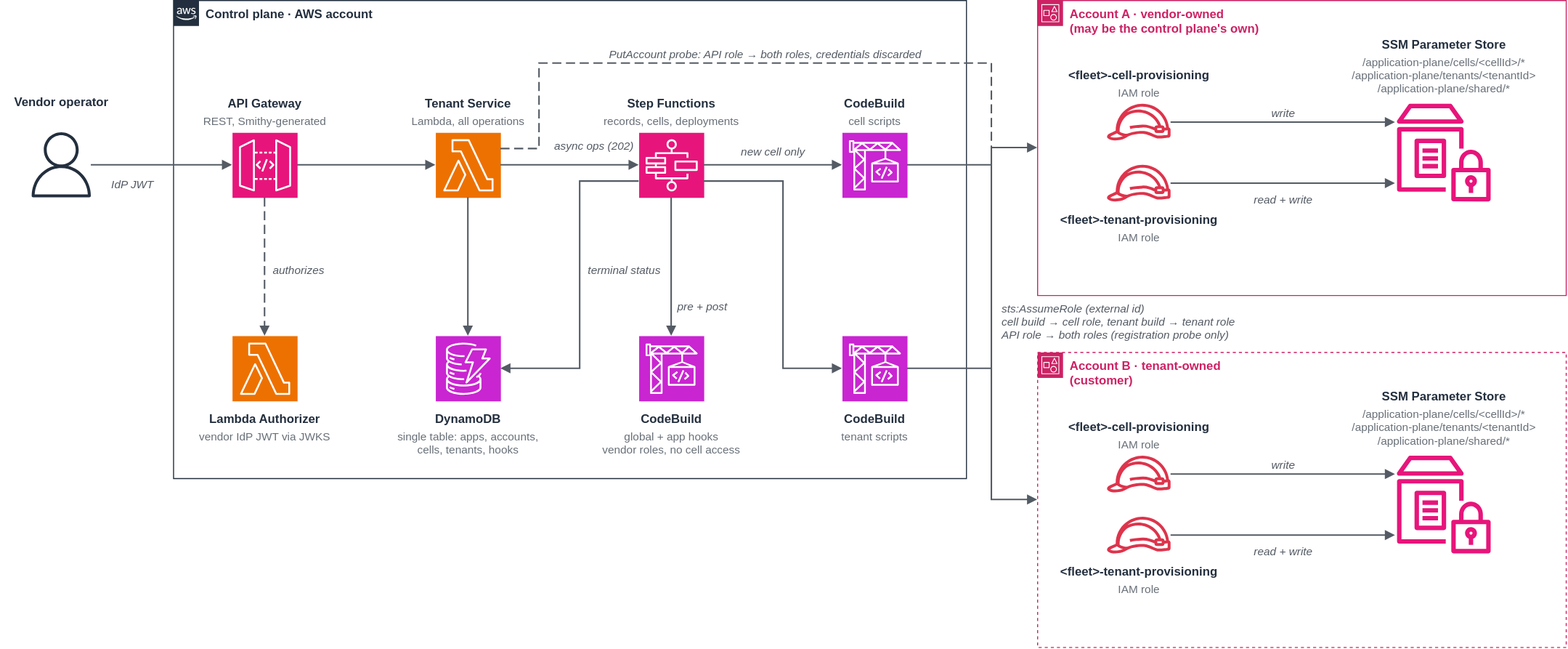
Above: samples/control-plane/diagrams/control-plane.drawio.svg in aws-samples/sample-agentic-ai-acceleration-patterns (draw.io), before the change. Source tidied: cells renumbered, new cells last; positions are measured from the earlier drawing's top-left corner, leaving out a move shared by most shapes.
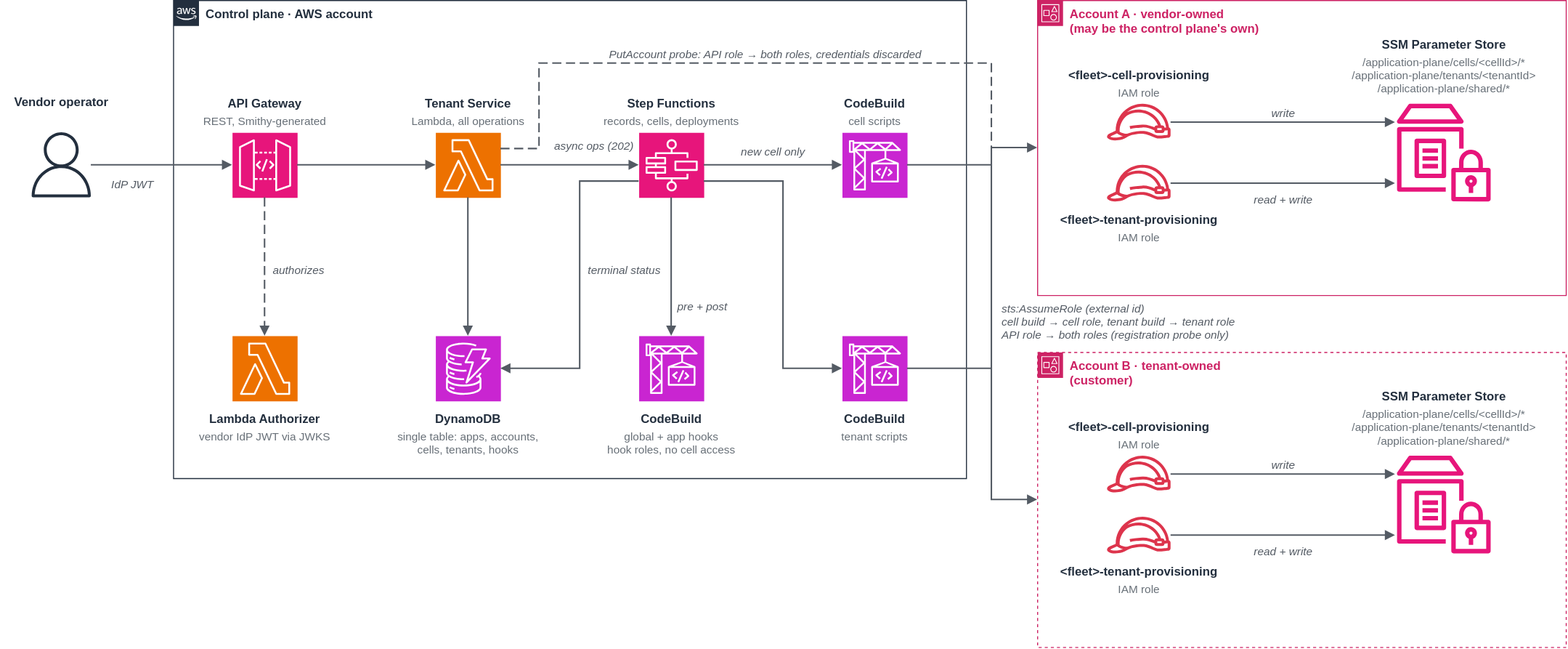
Above is the later version.

Commit message:
control-plane: hooks docs review v1 fixes

Diff of the diagram source:
```diff
@@ -74,7 +74,7 @@
     <mxCell id="25" value="CodeBuild" style="text;html=0;align=center;verticalAlign=top;fontSize=12;fontStyle=1;fontColor=#232F3E;spacing=0;spacingTop=0;" parent="2" vertex="1">
       <mxGeometry x="420" y="400" width="140" height="18" as="geometry" />
     </mxCell>
-    <mxCell id="26" value="global + app hooks&#10;vendor roles, no cell access" style="text;html=0;align=center;verticalAlign=top;fontSize=11;fontStyle=0;fontColor=#687078;spacing=0;spacingTop=0;" parent="2" vertex="1">
+    <mxCell id="26" value="global + app hooks&#10;hook roles, no cell access" style="text;html=0;align=center;verticalAlign=top;fontSize=11;fontStyle=0;fontColor=#687078;spacing=0;spacingTop=0;" parent="2" vertex="1">
       <mxGeometry x="405" y="418" width="170" height="31" as="geometry" />
     </mxCell>
     <mxCell id="27" style="edgeStyle=orthogonalEdgeStyle;rounded=0;html=0;strokeColor=#545B64;strokeWidth=1.5;endArrow=block;endFill=1;exitX=1;exitY=0.5;entryX=0;entryY=0.5;" parent="2" edge="1" source="3" target="6">
```
